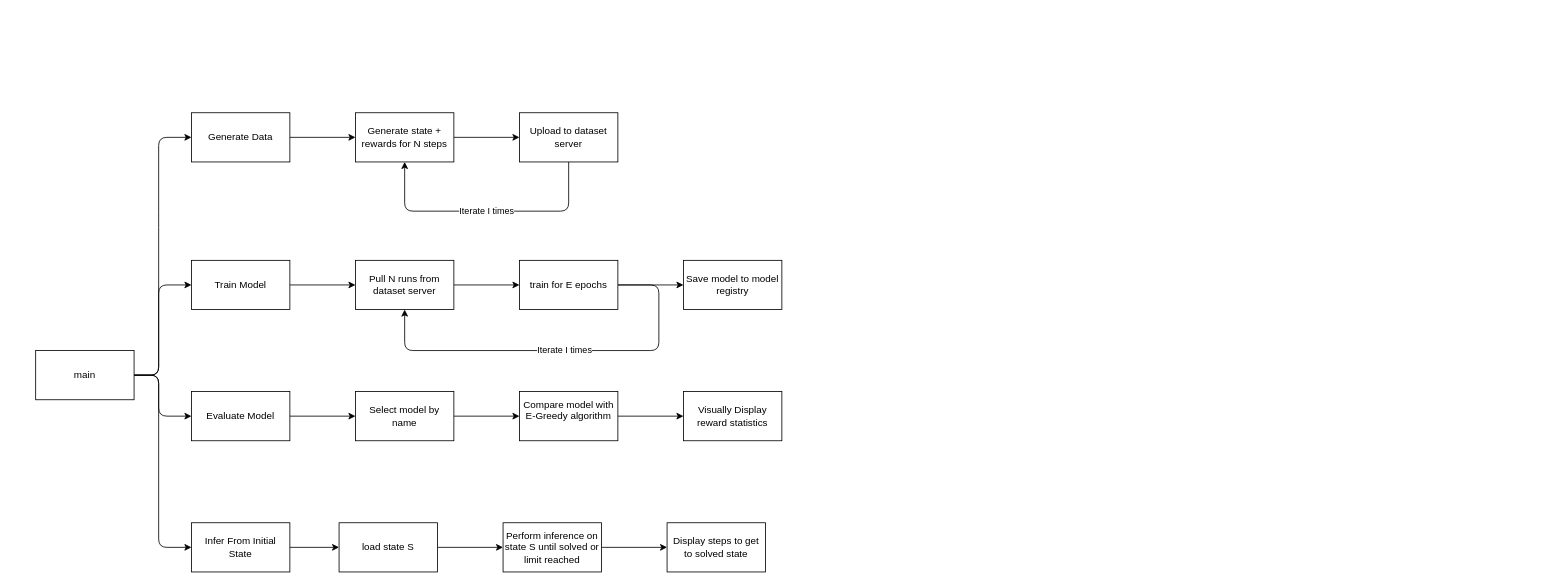
Before: pipeline.drawio in Ryan10937/Rubiks_Cube_RL, a draw.io diagram. Source tidied: cells renumbered, new cells numbered last; positions are measured from the earlier drawing's top-left corner, leaving out a move shared by most shapes. Both pictures are drawn from the tidied source at 82%, with x=0, y=0 at pixel (35, 112).
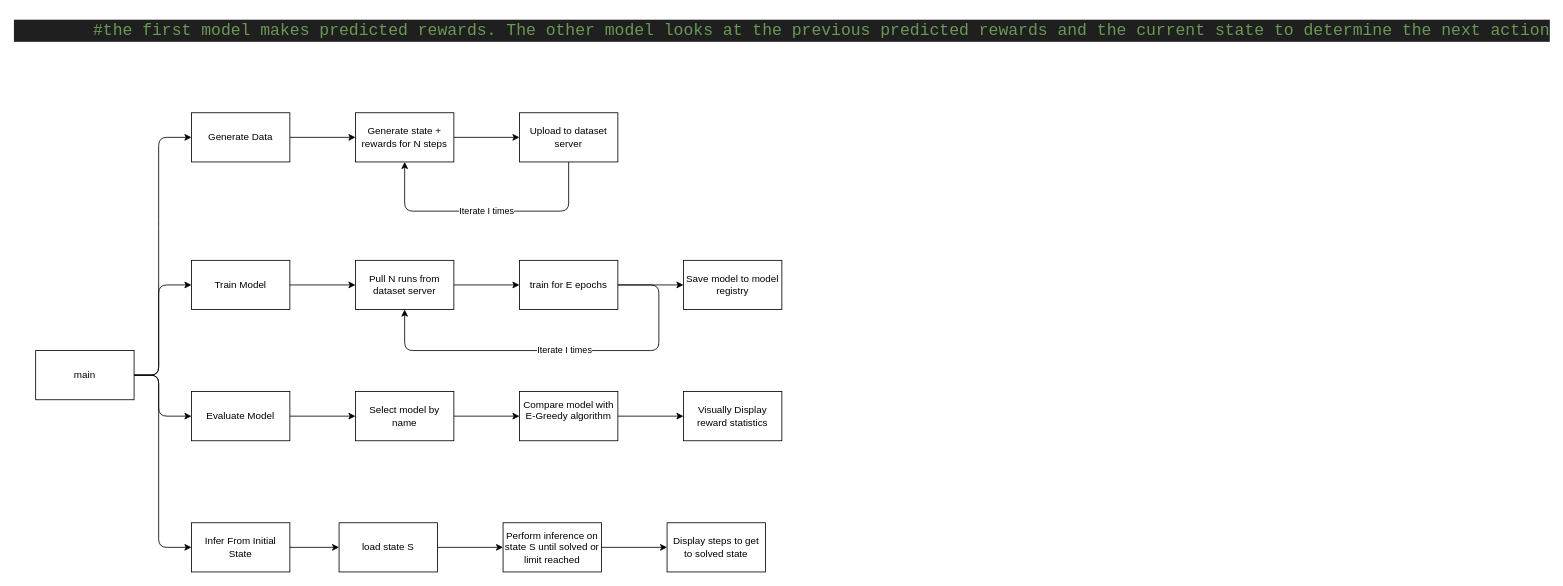
Above is the later version.

Diff of the diagram source:
```diff
@@
+    <mxCell id="35" value="&lt;div style=&quot;color: rgb(204, 204, 204); background-color: rgb(31, 31, 31); font-family: Consolas, &amp;quot;Courier New&amp;quot;, monospace; font-size: 20px; line-height: 27px; white-space-collapse: preserve;&quot;&gt;&lt;span style=&quot;color: #cccccc;&quot;&gt;&amp;nbsp; &amp;nbsp; &amp;nbsp; &amp;nbsp; &lt;/span&gt;&lt;span style=&quot;color: #6a9955;&quot;&gt;#the first model makes predicted rewards. The other model looks at the previous predicted rewards and the current state to determine the next action&lt;/span&gt;&lt;/div&gt;" style="text;html=1;align=center;verticalAlign=middle;strokeColor=none;fillColor=none;" parent="1" vertex="1">
+      <mxGeometry x="40" y="-120" width="1740" height="40" as="geometry" />
+    </mxCell>
```
